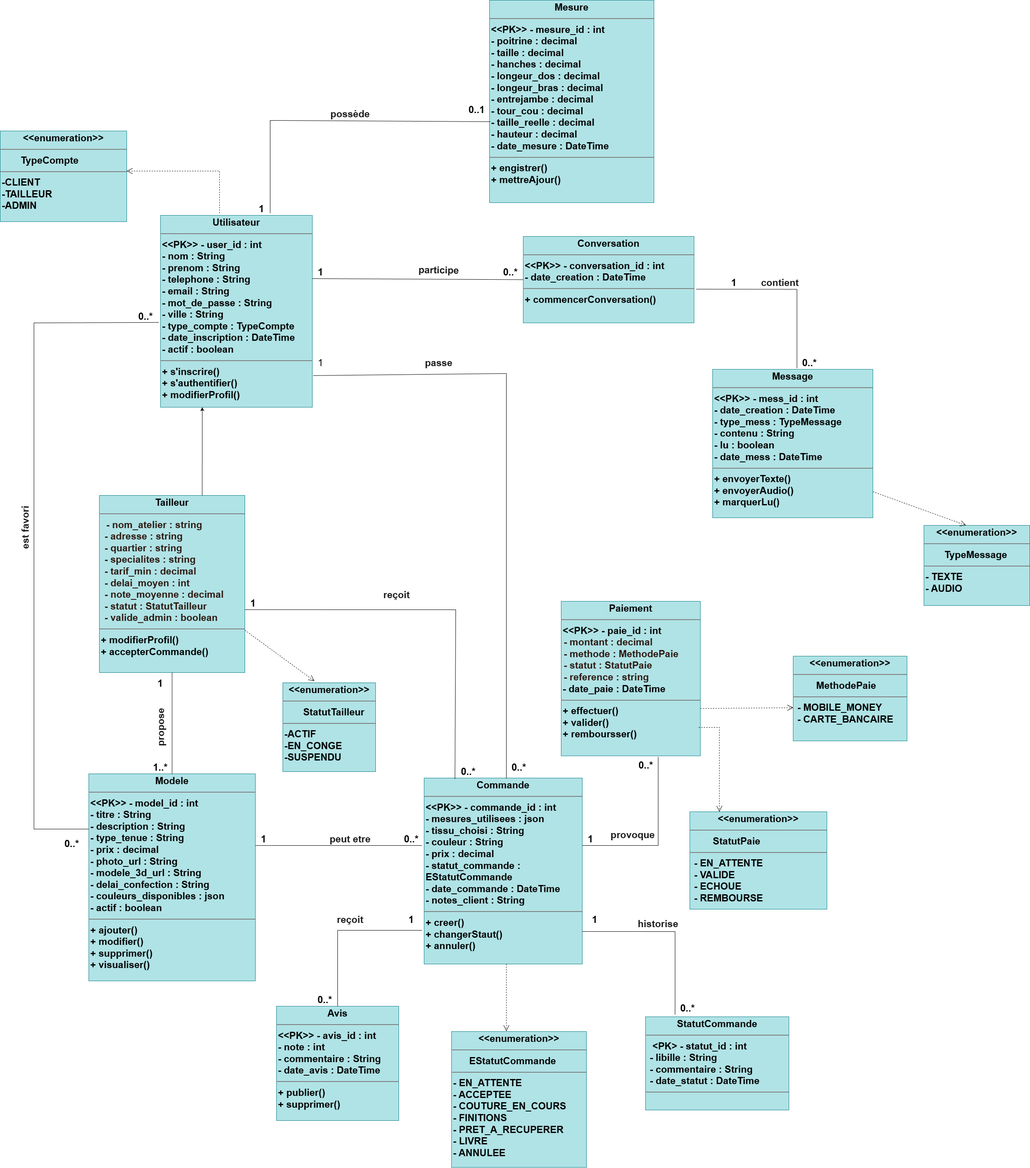
Earlier version of the draw.io export Diagramme_classe_complet.png (Kim-SypherX/Soutenance). Source tidied: cells renumbered, new cells last; positions are measured from the earlier drawing's top-left corner, leaving out a move shared by most shapes.
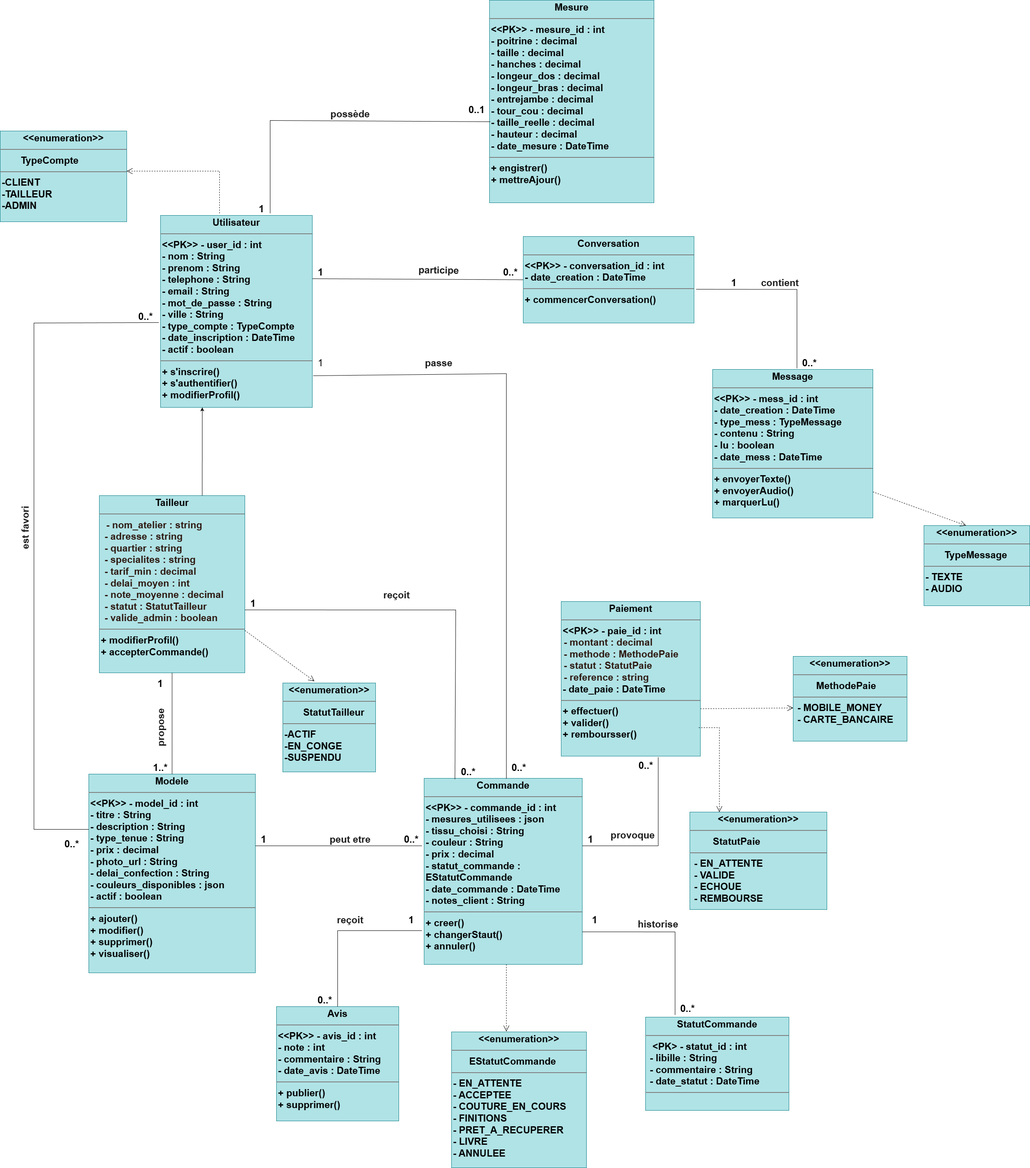
The same diagram one commit later.

Diff of the diagram source:
```diff
@@ -17,8 +17,8 @@
         <mxPoint x="745" y="1614" as="targetPoint" />
       </mxGeometry>
     </mxCell>
-    <mxCell id="6" value="&lt;p style=&quot;margin:0px;margin-top:4px;text-align:center;&quot;&gt;&lt;b&gt;&lt;font&gt;Modele&lt;/font&gt;&lt;/b&gt;&lt;/p&gt;&lt;hr style=&quot;border-style:solid;&quot;&gt;&lt;p style=&quot;margin:0px;margin-left:4px;&quot;&gt;&lt;font&gt;&lt;b&gt;&amp;lt;&amp;lt;PK&amp;gt;&amp;gt; - model_id : int&lt;/b&gt;&lt;/font&gt;&lt;/p&gt;&lt;p style=&quot;margin:0px;margin-left:4px;&quot;&gt;&lt;font&gt;&lt;b&gt;- titre : String&lt;/b&gt;&lt;/font&gt;&lt;/p&gt;&lt;p style=&quot;margin:0px;margin-left:4px;&quot;&gt;&lt;font&gt;&lt;b&gt;- description : String&lt;/b&gt;&lt;/font&gt;&lt;/p&gt;&lt;p style=&quot;margin:0px;margin-left:4px;&quot;&gt;&lt;font&gt;&lt;b&gt;- type_tenue : String&lt;/b&gt;&lt;/font&gt;&lt;/p&gt;&lt;p style=&quot;margin:0px;margin-left:4px;&quot;&gt;&lt;font&gt;&lt;b&gt;- prix : decimal&lt;/b&gt;&lt;/font&gt;&lt;/p&gt;&lt;p style=&quot;margin:0px;margin-left:4px;&quot;&gt;&lt;font&gt;&lt;b&gt;- photo_url : String&lt;/b&gt;&lt;/font&gt;&lt;/p&gt;&lt;p style=&quot;margin:0px;margin-left:4px;&quot;&gt;&lt;font&gt;&lt;b&gt;- modele_3d_url : String&lt;/b&gt;&lt;/font&gt;&lt;/p&gt;&lt;p style=&quot;margin:0px;margin-left:4px;&quot;&gt;&lt;font&gt;&lt;b&gt;- delai_confection : String&lt;/b&gt;&lt;/font&gt;&lt;/p&gt;&lt;p style=&quot;margin:0px;margin-left:4px;&quot;&gt;&lt;font&gt;&lt;b&gt;- couleurs_disponibles : json&lt;/b&gt;&lt;/font&gt;&lt;/p&gt;&lt;p style=&quot;margin:0px;margin-left:4px;&quot;&gt;&lt;font&gt;&lt;b&gt;- actif : boolean&lt;/b&gt;&lt;/font&gt;&lt;/p&gt;&lt;hr style=&quot;border-style:solid;&quot;&gt;&lt;p style=&quot;margin:0px;margin-left:4px;&quot;&gt;&lt;font&gt;&lt;b&gt;+ ajouter()&lt;/b&gt;&lt;/font&gt;&lt;/p&gt;&lt;p style=&quot;margin:0px;margin-left:4px;&quot;&gt;&lt;font&gt;&lt;b&gt;+ modifier()&lt;/b&gt;&lt;/font&gt;&lt;/p&gt;&lt;p style=&quot;margin:0px;margin-left:4px;&quot;&gt;&lt;font&gt;&lt;b&gt;+ supprimer()&lt;/b&gt;&lt;/font&gt;&lt;/p&gt;&lt;p style=&quot;margin:0px;margin-left:4px;&quot;&gt;&lt;font&gt;&lt;b&gt;+ visualiser()&lt;/b&gt;&lt;/font&gt;&lt;/p&gt;&lt;p style=&quot;margin:0px;margin-left:4px;&quot;&gt;&lt;br&gt;&lt;/p&gt;" style="verticalAlign=top;align=left;overflow=fill;html=1;whiteSpace=wrap;fillColor=#b0e3e6;strokeColor=#0e8088;fontSize=23;" parent="1" vertex="1">
-      <mxGeometry x="210" y="1834" width="395" height="491" as="geometry" />
+    <mxCell id="6" value="&lt;p style=&quot;margin:0px;margin-top:4px;text-align:center;&quot;&gt;&lt;b&gt;&lt;font&gt;Modele&lt;/font&gt;&lt;/b&gt;&lt;/p&gt;&lt;hr style=&quot;border-style:solid;&quot;&gt;&lt;p style=&quot;margin:0px;margin-left:4px;&quot;&gt;&lt;font&gt;&lt;b&gt;&amp;lt;&amp;lt;PK&amp;gt;&amp;gt; - model_id : int&lt;/b&gt;&lt;/font&gt;&lt;/p&gt;&lt;p style=&quot;margin:0px;margin-left:4px;&quot;&gt;&lt;font&gt;&lt;b&gt;- titre : String&lt;/b&gt;&lt;/font&gt;&lt;/p&gt;&lt;p style=&quot;margin:0px;margin-left:4px;&quot;&gt;&lt;font&gt;&lt;b&gt;- description : String&lt;/b&gt;&lt;/font&gt;&lt;/p&gt;&lt;p style=&quot;margin:0px;margin-left:4px;&quot;&gt;&lt;font&gt;&lt;b&gt;- type_tenue : String&lt;/b&gt;&lt;/font&gt;&lt;/p&gt;&lt;p style=&quot;margin:0px;margin-left:4px;&quot;&gt;&lt;font&gt;&lt;b&gt;- prix : decimal&lt;/b&gt;&lt;/font&gt;&lt;/p&gt;&lt;p style=&quot;margin:0px;margin-left:4px;&quot;&gt;&lt;font&gt;&lt;b&gt;- photo_url : String&lt;/b&gt;&lt;/font&gt;&lt;/p&gt;&lt;p style=&quot;margin:0px;margin-left:4px;&quot;&gt;&lt;font&gt;&lt;b&gt;- delai_confection : String&lt;/b&gt;&lt;/font&gt;&lt;/p&gt;&lt;p style=&quot;margin:0px;margin-left:4px;&quot;&gt;&lt;font&gt;&lt;b&gt;- couleurs_disponibles : json&lt;/b&gt;&lt;/font&gt;&lt;/p&gt;&lt;p style=&quot;margin:0px;margin-left:4px;&quot;&gt;&lt;font&gt;&lt;b&gt;- actif : boolean&lt;/b&gt;&lt;/font&gt;&lt;/p&gt;&lt;hr style=&quot;border-style:solid;&quot;&gt;&lt;p style=&quot;margin:0px;margin-left:4px;&quot;&gt;&lt;font&gt;&lt;b&gt;+ ajouter()&lt;/b&gt;&lt;/font&gt;&lt;/p&gt;&lt;p style=&quot;margin:0px;margin-left:4px;&quot;&gt;&lt;font&gt;&lt;b&gt;+ modifier()&lt;/b&gt;&lt;/font&gt;&lt;/p&gt;&lt;p style=&quot;margin:0px;margin-left:4px;&quot;&gt;&lt;font&gt;&lt;b&gt;+ supprimer()&lt;/b&gt;&lt;/font&gt;&lt;/p&gt;&lt;p style=&quot;margin:0px;margin-left:4px;&quot;&gt;&lt;font&gt;&lt;b&gt;+ visualiser()&lt;/b&gt;&lt;/font&gt;&lt;/p&gt;&lt;p style=&quot;margin:0px;margin-left:4px;&quot;&gt;&lt;br&gt;&lt;/p&gt;" style="verticalAlign=top;align=left;overflow=fill;html=1;whiteSpace=wrap;fillColor=#b0e3e6;strokeColor=#0e8088;fontSize=23;" parent="1" vertex="1">
+      <mxGeometry x="210" y="1834" width="395" height="471" as="geometry" />
     </mxCell>
     <mxCell id="7" value="&lt;p style=&quot;margin:0px;margin-top:4px;text-align:center;&quot;&gt;&lt;b&gt;&lt;font&gt;Commande&lt;/font&gt;&lt;/b&gt;&lt;/p&gt;&lt;hr style=&quot;border-style:solid;&quot;&gt;&lt;p style=&quot;margin:0px;margin-left:4px;&quot;&gt;&lt;font&gt;&lt;b&gt;&amp;lt;&amp;lt;PK&amp;gt;&amp;gt; - commande_id : int&lt;/b&gt;&lt;/font&gt;&lt;/p&gt;&lt;p style=&quot;margin:0px;margin-left:4px;&quot;&gt;&lt;font&gt;&lt;b&gt;- mesures_utilisees : json&lt;/b&gt;&lt;/font&gt;&lt;/p&gt;&lt;p style=&quot;margin:0px;margin-left:4px;&quot;&gt;&lt;font&gt;&lt;b&gt;- tissu_choisi : String&lt;/b&gt;&lt;/font&gt;&lt;/p&gt;&lt;p style=&quot;margin:0px;margin-left:4px;&quot;&gt;&lt;font&gt;&lt;b&gt;- couleur : String&lt;/b&gt;&lt;/font&gt;&lt;/p&gt;&lt;p style=&quot;margin:0px;margin-left:4px;&quot;&gt;&lt;font&gt;&lt;b&gt;- prix : decimal&lt;/b&gt;&lt;/font&gt;&lt;/p&gt;&lt;p style=&quot;margin:0px;margin-left:4px;&quot;&gt;&lt;font&gt;&lt;b&gt;- statut_commande : EStatutCommande&lt;/b&gt;&lt;/font&gt;&lt;/p&gt;&lt;p style=&quot;margin:0px;margin-left:4px;&quot;&gt;&lt;font&gt;&lt;b&gt;- date_commande : DateTime&lt;/b&gt;&lt;/font&gt;&lt;/p&gt;&lt;p style=&quot;margin:0px;margin-left:4px;&quot;&gt;&lt;font&gt;&lt;b&gt;- notes_client : String&amp;nbsp;&lt;/b&gt;&lt;/font&gt;&lt;/p&gt;&lt;hr style=&quot;border-style:solid;&quot;&gt;&lt;p style=&quot;margin:0px;margin-left:4px;&quot;&gt;&lt;font&gt;&lt;b&gt;+ creer()&lt;/b&gt;&lt;/font&gt;&lt;/p&gt;&lt;p style=&quot;margin:0px;margin-left:4px;&quot;&gt;&lt;font&gt;&lt;b&gt;+ changerStaut()&lt;/b&gt;&lt;/font&gt;&lt;/p&gt;&lt;p style=&quot;margin:0px;margin-left:4px;&quot;&gt;&lt;font&gt;&lt;b&gt;+ annuler()&lt;/b&gt;&lt;/font&gt;&lt;/p&gt;&lt;p style=&quot;margin:0px;margin-left:4px;&quot;&gt;&lt;font&gt;&lt;b&gt;&lt;br&gt;&lt;/b&gt;&lt;/font&gt;&lt;/p&gt;&lt;p style=&quot;margin:0px;margin-left:4px;&quot;&gt;&lt;br&gt;&lt;/p&gt;" style="verticalAlign=top;align=left;overflow=fill;html=1;whiteSpace=wrap;fillColor=#b0e3e6;strokeColor=#0e8088;fontSize=23;" parent="1" vertex="1">
       <mxGeometry x="1005" y="1844" width="375" height="441" as="geometry" />
```
